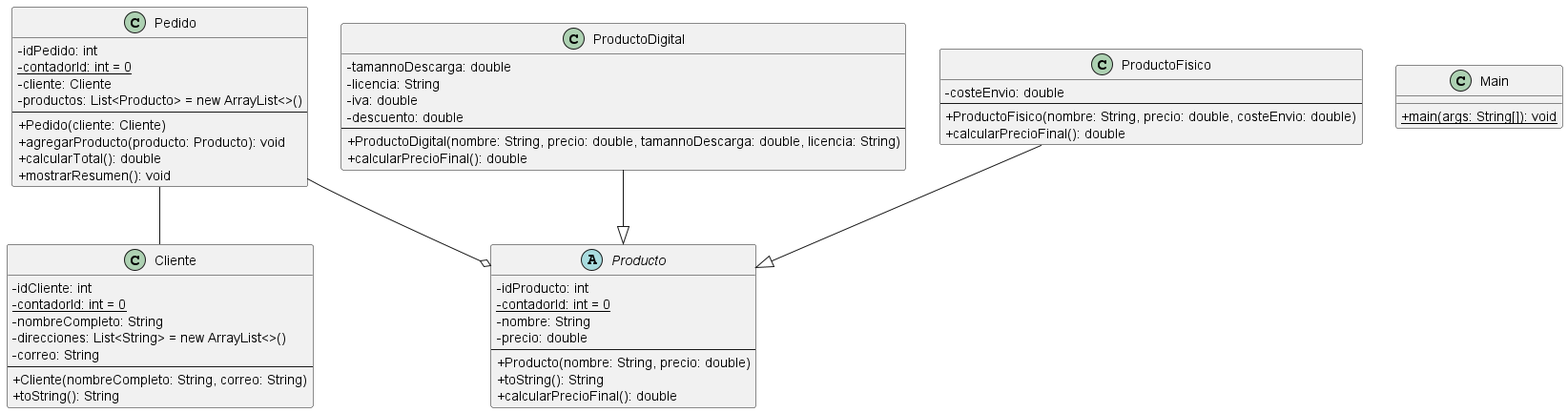
Above: src/version-ingenieria-directa/diagramaUML2/diagrama2.png in anaiswritingcode/sistema-gestion-pedidos (PlantUML), before the change. Source of this version:
```plantuml
@startuml
skinparam classAttributeIconSize 0

class Cliente {
  -idCliente: int
  -{static} contadorId: int = 0
  -nombreCompleto: String
  -direcciones: List<String> = new ArrayList<>()
  -correo: String
  --
  +Cliente(nombreCompleto: String, correo: String)
  +toString(): String
}

class Main {
  +{static} main(args: String[]): void
}

class Pedido {
  -idPedido: int
  -{static} contadorId: int = 0
  -cliente: Cliente
  -productos: List<Producto> = new ArrayList<>()
  --
  +Pedido(cliente: Cliente)
  +agregarProducto(producto: Producto): void
  +calcularTotal(): double
  +mostrarResumen(): void
}

abstract class Producto {
  -idProducto: int
  -{static} contadorId: int = 0
  -nombre: String
  -precio: double
  --
  +Producto(nombre: String, precio: double)
  +toString(): String
  +calcularPrecioFinal(): double
}

class ProductoDigital {
  -tamannoDescarga: double
  -licencia: String
  -iva: double
  -descuento: double
  --
  +ProductoDigital(nombre: String, precio: double, tamannoDescarga: double, licencia: String)
  +calcularPrecioFinal(): double
}

class ProductoFisico {
  -costeEnvio: double
  --
  +ProductoFisico(nombre: String, precio: double, costeEnvio: double)
  +calcularPrecioFinal(): double
}

Pedido -- Cliente
Pedido --o Producto
ProductoDigital --|> Producto
ProductoFisico --|> Producto
@enduml
```
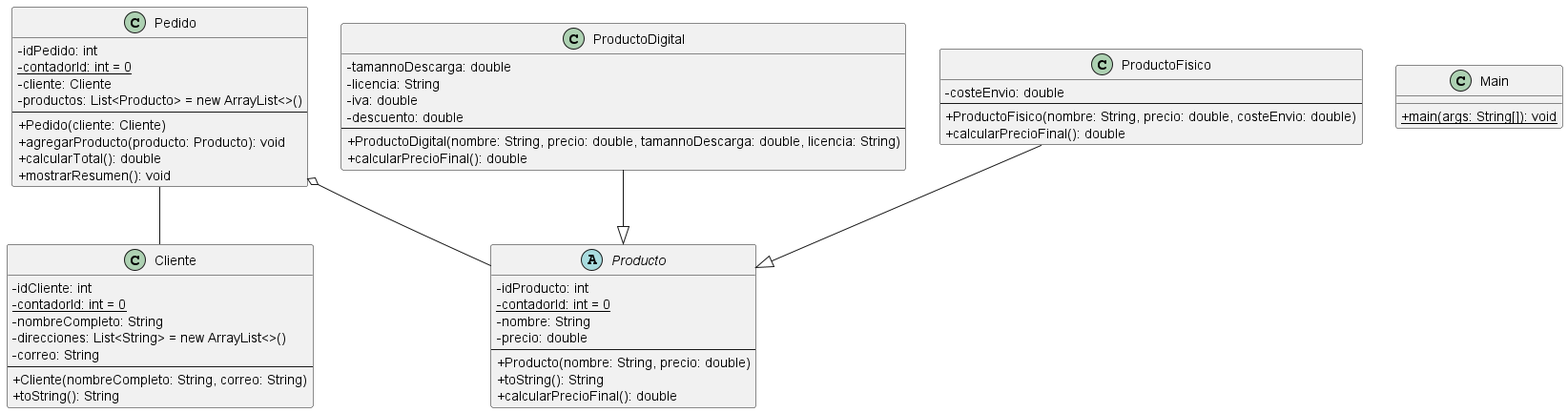
Later version of the same file.

Commit message:
Actualizar imagen de diagrama UML

Diff of the diagram source:
```diff
@@ -57,7 +57,7 @@
 }
 
 Pedido -- Cliente
-Pedido --o Producto
+Pedido o-- Producto
 ProductoDigital --|> Producto
 ProductoFisico --|> Producto
 @enduml
```
